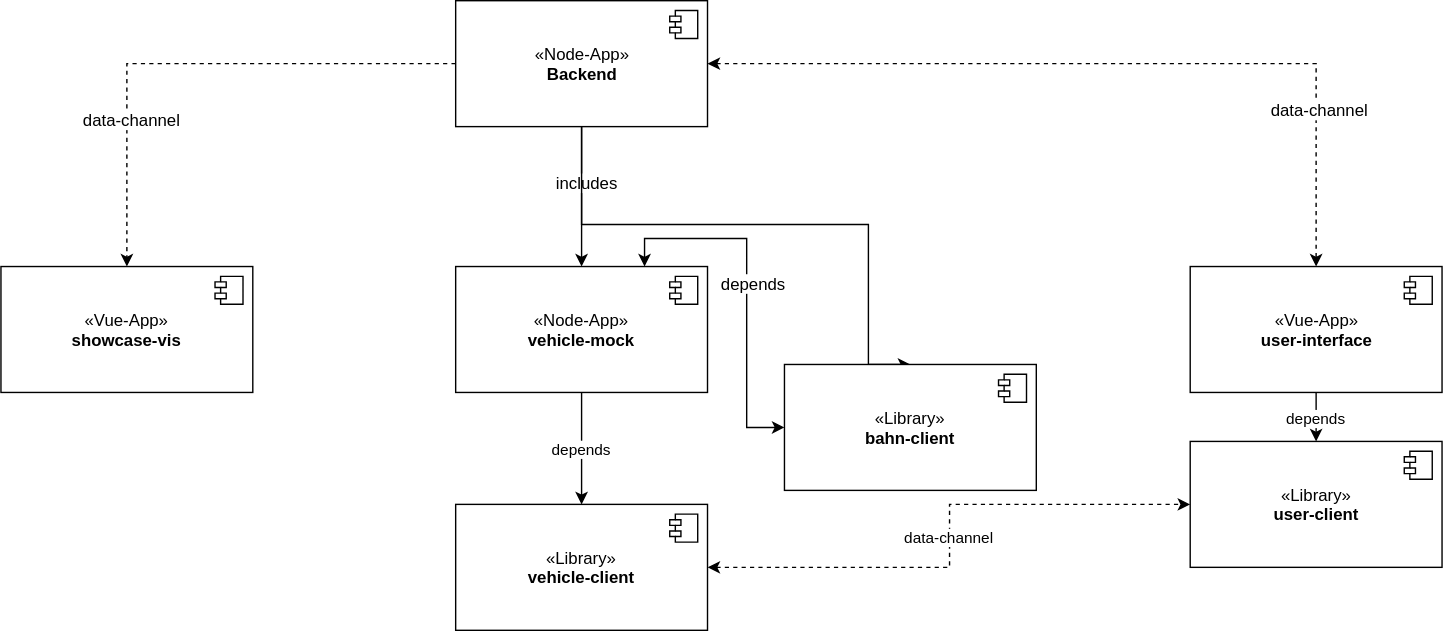
Above: docs/Components.svg in RaphaelManke/fzi-iota-showcase (draw.io), before the change. Source tidied: cells renumbered, new cells last; positions are measured from the earlier drawing's top-left corner, leaving out a move shared by most shapes. Source of this version:
```xml
<mxGraphModel>
  <root>
    <mxCell id="0" style="html=1;" />
    <mxCell id="1" style="html=1;" parent="0" />
    <mxCell id="2" style="edgeStyle=orthogonalEdgeStyle;rounded=0;jettySize=auto;html=1;exitX=0.5;exitY=1;exitDx=0;exitDy=0;" parent="1" edge="1" source="9" target="20">
      <mxGeometry relative="1" as="geometry" />
    </mxCell>
    <mxCell id="3" value="includes" style="text;html=1;align=center;verticalAlign=middle;labelBackgroundColor=#ffffff;" parent="2" vertex="1">
      <mxGeometry x="-0.22" y="3" relative="1" as="geometry" />
    </mxCell>
    <mxCell id="4" style="edgeStyle=orthogonalEdgeStyle;rounded=0;jettySize=auto;html=1;exitX=0;exitY=0.5;exitDx=0;exitDy=0;dashed=1;startArrow=none;startFill=0;" parent="1" edge="1" source="9" target="22">
      <mxGeometry relative="1" as="geometry" />
    </mxCell>
    <mxCell id="5" value="data-channel" style="text;html=1;align=center;verticalAlign=middle;labelBackgroundColor=#ffffff;" parent="4" vertex="1">
      <mxGeometry x="0.22" y="39" relative="1" as="geometry" />
    </mxCell>
    <mxCell id="6" style="edgeStyle=orthogonalEdgeStyle;rounded=0;jettySize=auto;html=1;exitX=0.5;exitY=1;exitDx=0;exitDy=0;entryX=0.5;entryY=0;entryDx=0;entryDy=0;" parent="1" edge="1" source="9" target="26">
      <mxGeometry relative="1" as="geometry">
        <Array as="points">
          <mxPoint x="415" y="160" />
          <mxPoint x="620" y="160" />
        </Array>
      </mxGeometry>
    </mxCell>
    <mxCell id="7" style="edgeStyle=orthogonalEdgeStyle;rounded=0;jettySize=auto;html=1;exitX=1;exitY=0.5;exitDx=0;exitDy=0;entryX=0.5;entryY=0;entryDx=0;entryDy=0;dashed=1;startArrow=classic;startFill=1;" parent="1" edge="1" source="9" target="17">
      <mxGeometry relative="1" as="geometry" />
    </mxCell>
    <mxCell id="8" value="data-channel" style="text;html=1;align=center;verticalAlign=middle;labelBackgroundColor=#ffffff;" parent="7" vertex="1">
      <mxGeometry x="0.5" y="-32" relative="1" as="geometry">
        <mxPoint x="34" y="32" as="offset" />
      </mxGeometry>
    </mxCell>
    <mxCell id="9" value="«Node-App»&lt;br&gt;&lt;b&gt;Backend&lt;/b&gt;" style="html=1;" parent="1" vertex="1">
      <mxGeometry x="325" width="180" height="90" as="geometry" />
    </mxCell>
    <mxCell id="10" style="shape=component;jettyWidth=8;jettyHeight=4;" parent="9" vertex="1">
      <mxGeometry x="1" width="20" height="20" relative="1" as="geometry">
        <mxPoint x="-27" y="7" as="offset" />
      </mxGeometry>
    </mxCell>
    <mxCell id="11" value="«Library»&lt;br&gt;&lt;b&gt;user-client&lt;/b&gt;" style="html=1;" parent="1" vertex="1">
      <mxGeometry x="850" y="315" width="180" height="90" as="geometry" />
    </mxCell>
    <mxCell id="12" style="shape=component;jettyWidth=8;jettyHeight=4;" parent="11" vertex="1">
      <mxGeometry x="1" width="20" height="20" relative="1" as="geometry">
        <mxPoint x="-27" y="7" as="offset" />
      </mxGeometry>
    </mxCell>
    <mxCell id="13" value="data-channel" style="edgeStyle=orthogonalEdgeStyle;rounded=0;jettySize=auto;html=1;exitX=1;exitY=0.5;exitDx=0;exitDy=0;entryX=0;entryY=0.5;entryDx=0;entryDy=0;dashed=1;startArrow=classic;startFill=1;" parent="1" edge="1" source="14" target="11">
      <mxGeometry relative="1" as="geometry" />
    </mxCell>
    <mxCell id="14" value="«Library»&lt;br&gt;&lt;b&gt;vehicle-client&lt;/b&gt;" style="html=1;" parent="1" vertex="1">
      <mxGeometry x="325" y="360" width="180" height="90" as="geometry" />
    </mxCell>
    <mxCell id="15" style="shape=component;jettyWidth=8;jettyHeight=4;" parent="14" vertex="1">
      <mxGeometry x="1" width="20" height="20" relative="1" as="geometry">
        <mxPoint x="-27" y="7" as="offset" />
      </mxGeometry>
    </mxCell>
    <mxCell id="16" value="depends" style="edgeStyle=orthogonalEdgeStyle;rounded=0;jettySize=auto;html=1;exitX=0.5;exitY=1;exitDx=0;exitDy=0;entryX=0.5;entryY=0;entryDx=0;entryDy=0;" parent="1" edge="1" source="17" target="11">
      <mxGeometry relative="1" as="geometry" />
    </mxCell>
    <mxCell id="17" value="«Vue-App»&lt;br&gt;&lt;b&gt;user-interface&lt;/b&gt;" style="html=1;" parent="1" vertex="1">
      <mxGeometry x="850" y="190" width="180" height="90" as="geometry" />
    </mxCell>
    <mxCell id="18" style="shape=component;jettyWidth=8;jettyHeight=4;" parent="17" vertex="1">
      <mxGeometry x="1" width="20" height="20" relative="1" as="geometry">
        <mxPoint x="-27" y="7" as="offset" />
      </mxGeometry>
    </mxCell>
    <mxCell id="19" value="depends&lt;br&gt;" style="edgeStyle=orthogonalEdgeStyle;rounded=0;jettySize=auto;html=1;exitX=0.5;exitY=1;exitDx=0;exitDy=0;entryX=0.5;entryY=0;entryDx=0;entryDy=0;" parent="1" edge="1" source="20" target="14">
      <mxGeometry relative="1" as="geometry" />
    </mxCell>
    <mxCell id="20" value="«Node-App»&lt;br&gt;&lt;b&gt;vehicle-mock&lt;/b&gt;" style="html=1;" parent="1" vertex="1">
      <mxGeometry x="325" y="190" width="180" height="90" as="geometry" />
    </mxCell>
    <mxCell id="21" style="shape=component;jettyWidth=8;jettyHeight=4;" parent="20" vertex="1">
      <mxGeometry x="1" width="20" height="20" relative="1" as="geometry">
        <mxPoint x="-27" y="7" as="offset" />
      </mxGeometry>
    </mxCell>
    <mxCell id="22" value="«Vue-App»&lt;br&gt;&lt;b&gt;showcase-vis&lt;/b&gt;" style="html=1;" parent="1" vertex="1">
      <mxGeometry y="190" width="180" height="90" as="geometry" />
    </mxCell>
    <mxCell id="23" style="shape=component;jettyWidth=8;jettyHeight=4;" parent="22" vertex="1">
      <mxGeometry x="1" width="20" height="20" relative="1" as="geometry">
        <mxPoint x="-27" y="7" as="offset" />
      </mxGeometry>
    </mxCell>
    <mxCell id="24" style="edgeStyle=orthogonalEdgeStyle;rounded=0;jettySize=auto;html=1;exitX=0;exitY=0.5;exitDx=0;exitDy=0;entryX=0.75;entryY=0;entryDx=0;entryDy=0;startArrow=classic;startFill=1;" parent="1" edge="1" source="26" target="20">
      <mxGeometry relative="1" as="geometry" />
    </mxCell>
    <mxCell id="25" value="depends&lt;br&gt;" style="text;html=1;align=center;verticalAlign=middle;labelBackgroundColor=#ffffff;" parent="24" vertex="1">
      <mxGeometry x="0.03" y="-4" relative="1" as="geometry" />
    </mxCell>
    <mxCell id="26" value="«Library»&lt;br&gt;&lt;b&gt;bahn-client&lt;/b&gt;" style="html=1;" parent="1" vertex="1">
      <mxGeometry x="560" y="260" width="180" height="90" as="geometry" />
    </mxCell>
    <mxCell id="27" style="shape=component;jettyWidth=8;jettyHeight=4;" parent="26" vertex="1">
      <mxGeometry x="1" width="20" height="20" relative="1" as="geometry">
        <mxPoint x="-27" y="7" as="offset" />
      </mxGeometry>
    </mxCell>
  </root>
</mxGraphModel>
```
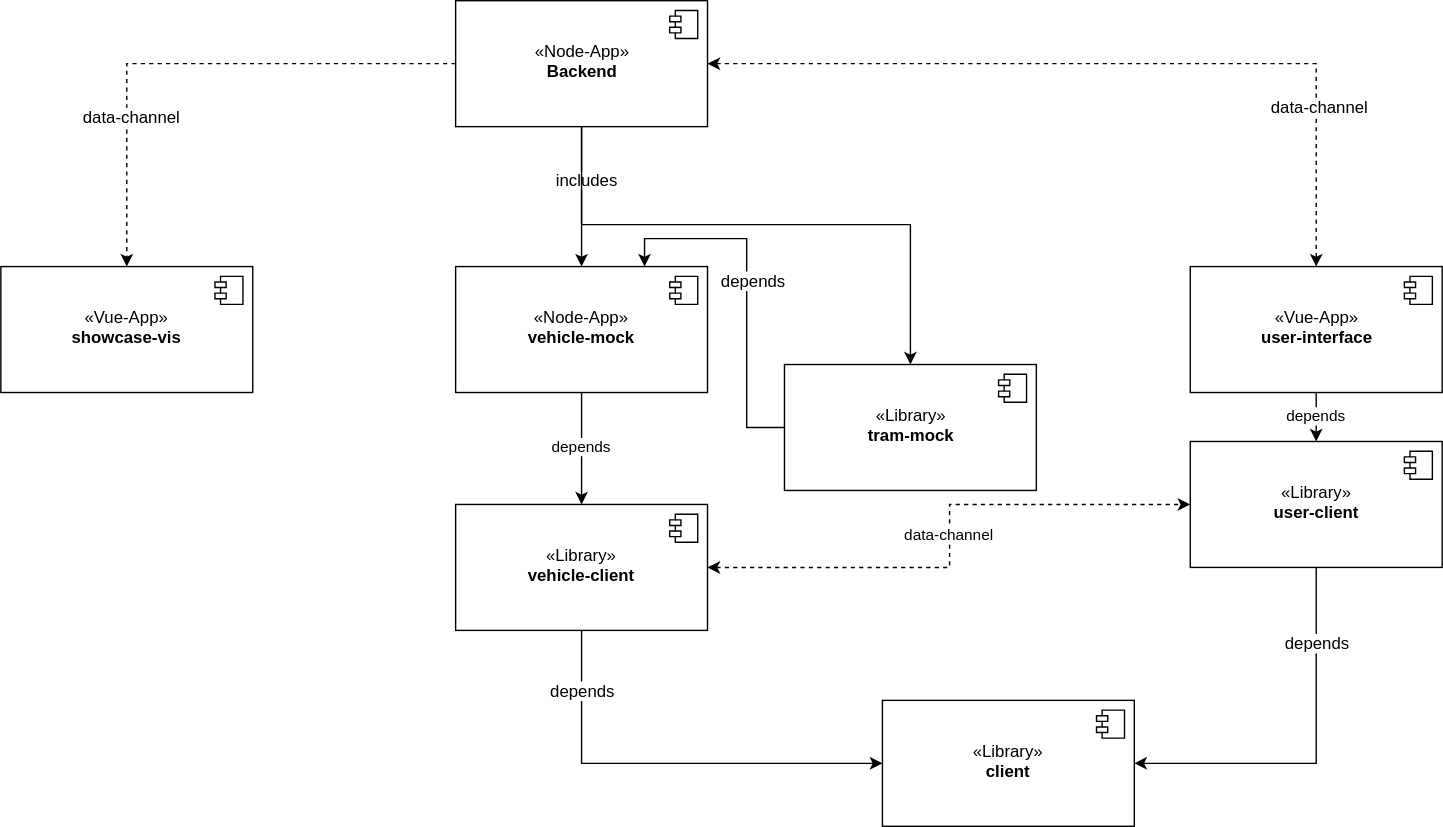
The same diagram one commit later.

Diff of the diagram source:
```diff
@@ -18,7 +18,7 @@
       <mxGeometry relative="1" as="geometry">
         <Array as="points">
           <mxPoint x="415" y="160" />
-          <mxPoint x="620" y="160" />
+          <mxPoint x="650" y="160" />
         </Array>
       </mxGeometry>
     </mxCell>
@@ -38,6 +38,18 @@
         <mxPoint x="-27" y="7" as="offset" />
       </mxGeometry>
     </mxCell>
+    <mxCell id="28" style="edgeStyle=orthogonalEdgeStyle;rounded=0;jettySize=auto;html=1;entryX=1;entryY=0.5;entryDx=0;entryDy=0;startArrow=none;startFill=0;endArrow=classic;endFill=1;" parent="1" edge="1" source="11" target="32">
+      <mxGeometry relative="1" as="geometry">
+        <Array as="points">
+          <mxPoint x="940" y="545" />
+        </Array>
+      </mxGeometry>
+    </mxCell>
+    <mxCell id="29" value="&lt;div&gt;depends&lt;/div&gt;" style="text;html=1;align=center;verticalAlign=middle;labelBackgroundColor=#ffffff;" parent="28" vertex="1">
+      <mxGeometry x="-0.59" y="-4" relative="1" as="geometry">
+        <mxPoint x="4" as="offset" />
+      </mxGeometry>
+    </mxCell>
     <mxCell id="11" value="«Library»&lt;br&gt;&lt;b&gt;user-client&lt;/b&gt;" style="html=1;" parent="1" vertex="1">
       <mxGeometry x="850" y="315" width="180" height="90" as="geometry" />
     </mxCell>
@@ -49,6 +61,18 @@
     <mxCell id="13" value="data-channel" style="edgeStyle=orthogonalEdgeStyle;rounded=0;jettySize=auto;html=1;exitX=1;exitY=0.5;exitDx=0;exitDy=0;entryX=0;entryY=0.5;entryDx=0;entryDy=0;dashed=1;startArrow=classic;startFill=1;" parent="1" edge="1" source="14" target="11">
       <mxGeometry relative="1" as="geometry" />
     </mxCell>
+    <mxCell id="30" style="edgeStyle=orthogonalEdgeStyle;rounded=0;jettySize=auto;html=1;entryX=0;entryY=0.5;entryDx=0;entryDy=0;startArrow=none;startFill=0;endArrow=classic;endFill=1;" parent="1" edge="1" source="14" target="32">
+      <mxGeometry relative="1" as="geometry">
+        <Array as="points">
+          <mxPoint x="415" y="545" />
+        </Array>
+      </mxGeometry>
+    </mxCell>
+    <mxCell id="31" value="depends" style="text;html=1;align=center;verticalAlign=middle;labelBackgroundColor=#ffffff;" parent="30" vertex="1">
+      <mxGeometry x="0.23" y="1" relative="1" as="geometry">
+        <mxPoint x="-96" y="-50" as="offset" />
+      </mxGeometry>
+    </mxCell>
     <mxCell id="14" value="«Library»&lt;br&gt;&lt;b&gt;vehicle-client&lt;/b&gt;" style="html=1;" parent="1" vertex="1">
       <mxGeometry x="325" y="360" width="180" height="90" as="geometry" />
     </mxCell>
@@ -87,13 +111,13 @@
         <mxPoint x="-27" y="7" as="offset" />
       </mxGeometry>
     </mxCell>
-    <mxCell id="24" style="edgeStyle=orthogonalEdgeStyle;rounded=0;jettySize=auto;html=1;exitX=0;exitY=0.5;exitDx=0;exitDy=0;entryX=0.75;entryY=0;entryDx=0;entryDy=0;startArrow=classic;startFill=1;" parent="1" edge="1" source="26" target="20">
+    <mxCell id="24" style="edgeStyle=orthogonalEdgeStyle;rounded=0;jettySize=auto;html=1;exitX=0;exitY=0.5;exitDx=0;exitDy=0;entryX=0.75;entryY=0;entryDx=0;entryDy=0;startArrow=none;startFill=0;endArrow=classic;endFill=1;" parent="1" edge="1" source="26" target="20">
       <mxGeometry relative="1" as="geometry" />
     </mxCell>
     <mxCell id="25" value="depends&lt;br&gt;" style="text;html=1;align=center;verticalAlign=middle;labelBackgroundColor=#ffffff;" parent="24" vertex="1">
       <mxGeometry x="0.03" y="-4" relative="1" as="geometry" />
     </mxCell>
-    <mxCell id="26" value="«Library»&lt;br&gt;&lt;b&gt;bahn-client&lt;/b&gt;" style="html=1;" parent="1" vertex="1">
+    <mxCell id="26" value="«Library»&lt;br&gt;&lt;div&gt;&lt;b&gt;tram-mock&lt;/b&gt;&lt;/div&gt;" style="html=1;" parent="1" vertex="1">
       <mxGeometry x="560" y="260" width="180" height="90" as="geometry" />
     </mxCell>
     <mxCell id="27" style="shape=component;jettyWidth=8;jettyHeight=4;" parent="26" vertex="1">
@@ -101,5 +125,13 @@
         <mxPoint x="-27" y="7" as="offset" />
       </mxGeometry>
     </mxCell>
+    <mxCell id="32" value="«Library»&lt;br&gt;&lt;b&gt;client&lt;/b&gt;" style="html=1;" parent="1" vertex="1">
+      <mxGeometry x="630" y="500" width="180" height="90" as="geometry" />
+    </mxCell>
+    <mxCell id="33" style="shape=component;jettyWidth=8;jettyHeight=4;" parent="32" vertex="1">
+      <mxGeometry x="1" width="20" height="20" relative="1" as="geometry">
+        <mxPoint x="-27" y="7" as="offset" />
+      </mxGeometry>
+    </mxCell>
   </root>
 </mxGraphModel>
```
